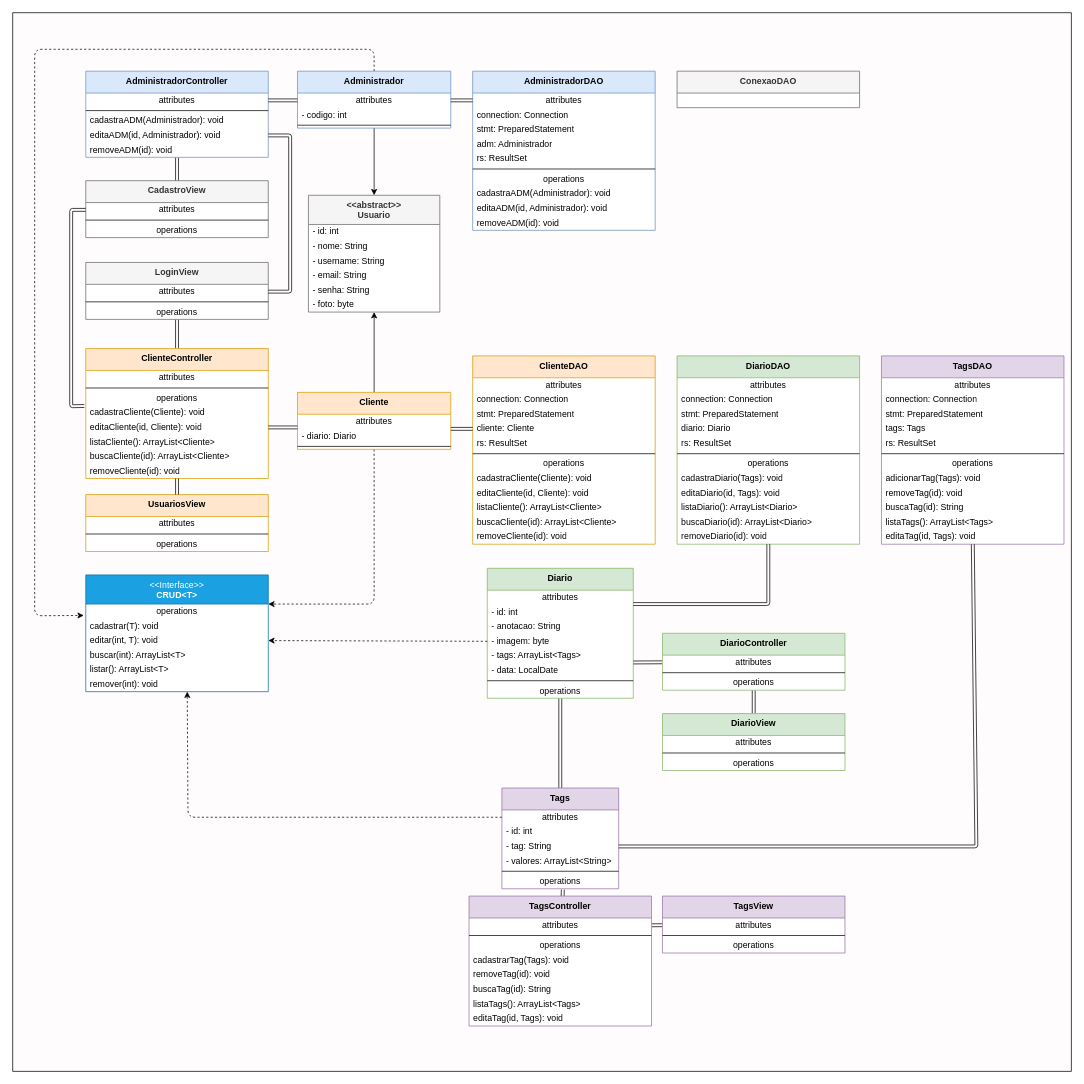
The draw.io diagram Documentação/diagramaUML.drawio in laisvarela/DiarioProjeto, before the edit. Source tidied: cells renumbered, new cells numbered last; positions are measured from the earlier drawing's top-left corner, leaving out a move shared by most shapes. Both pictures are drawn from the tidied source at 73%, with x=0, y=0 at pixel (12, 12).
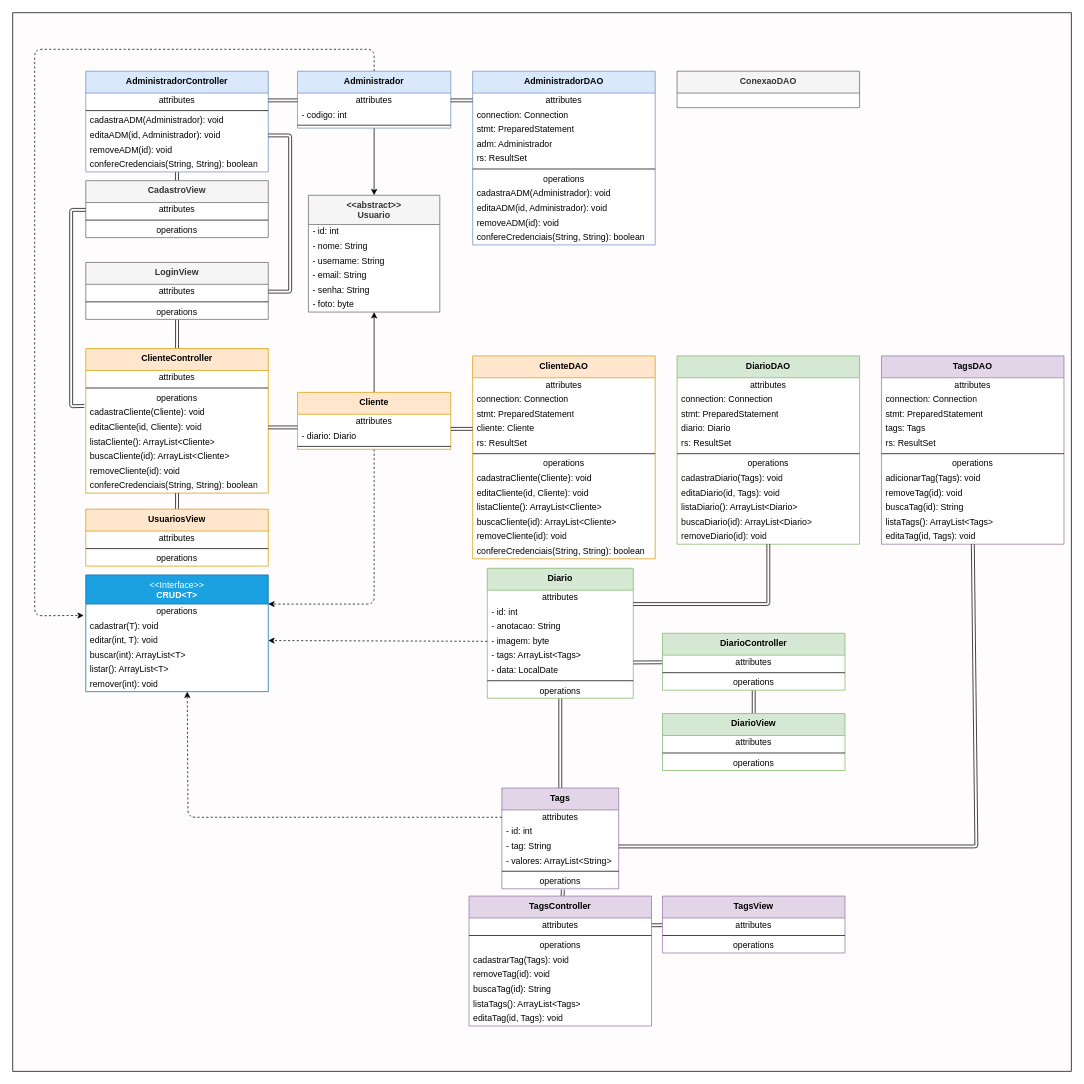
After the change.

Unchanged cells that the change refers to:
```xml
<mxCell id="25" value="removeCliente(id): void" style="text;html=1;strokeColor=none;fillColor=none;align=left;verticalAlign=middle;spacingLeft=4;spacingRight=4;overflow=hidden;points=[[0,0.5],[1,0.5]];portConstraint=eastwest;whiteSpace=wrap;" parent="17" vertex="1">
  <mxGeometry y="158" width="250" height="20" as="geometry" />
</mxCell>
```

Diff of the diagram source:
```diff
@@
     <mxCell id="17" value="&lt;div&gt;&lt;b style=&quot;background-color: transparent;&quot;&gt;ClienteController&lt;/b&gt;&lt;/div&gt;" style="swimlane;fontStyle=0;align=center;verticalAlign=top;horizontal=1;startSize=30;html=1;whiteSpace=wrap;fillColor=#ffe6cc;strokeColor=#d79b00;swimlaneFillColor=default;" parent="1" vertex="1">
-      <mxGeometry x="100" y="460" width="250" height="178" as="geometry" />
+      <mxGeometry x="100" y="460" width="250" height="198" as="geometry" />
     </mxCell>
@@
+    <mxCell id="162" value="confereCredenciais(String, String): boolean" style="text;html=1;strokeColor=none;fillColor=none;align=left;verticalAlign=middle;spacingLeft=4;spacingRight=4;overflow=hidden;points=[[0,0.5],[1,0.5]];portConstraint=eastwest;whiteSpace=wrap;" parent="17" vertex="1">
+      <mxGeometry y="178" width="250" height="20" as="geometry" />
+    </mxCell>
     <mxCell id="26" value="&lt;div&gt;&lt;b style=&quot;background-color: transparent;&quot;&gt;ClienteDAO&lt;/b&gt;&lt;/div&gt;&lt;div&gt;&lt;b style=&quot;background-color: transparent;&quot;&gt;&lt;br&gt;&lt;/b&gt;&lt;/div&gt;" style="swimlane;fontStyle=0;align=center;verticalAlign=top;horizontal=1;startSize=30;html=1;whiteSpace=wrap;fillColor=#ffe6cc;strokeColor=#d79b00;swimlaneFillColor=default;" parent="1" vertex="1">
-      <mxGeometry x="630" y="470" width="250" height="258" as="geometry" />
+      <mxGeometry x="630" y="470" width="250" height="278" as="geometry" />
     </mxCell>
@@
+    <mxCell id="163" value="confereCredenciais(String, String): boolean" style="text;html=1;strokeColor=none;fillColor=none;align=left;verticalAlign=middle;spacingLeft=4;spacingRight=4;overflow=hidden;whiteSpace=wrap;" parent="26" vertex="1">
+      <mxGeometry y="258" width="250" height="20" as="geometry" />
+    </mxCell>
@@
+    <mxCell id="164" style="edgeStyle=none;html=1;shape=link;" parent="1" edge="1" source="75" target="162">
+      <mxGeometry relative="1" as="geometry" />
+    </mxCell>
     <mxCell id="75" value="&lt;div&gt;&lt;b style=&quot;background-color: transparent;&quot;&gt;UsuariosView&lt;/b&gt;&lt;/div&gt;&lt;div&gt;&lt;b style=&quot;background-color: transparent;&quot;&gt;&lt;br&gt;&lt;/b&gt;&lt;/div&gt;" style="swimlane;fontStyle=0;align=center;verticalAlign=top;horizontal=1;startSize=30;html=1;whiteSpace=wrap;fillColor=#ffe6cc;strokeColor=#d79b00;swimlaneFillColor=default;" parent="1" vertex="1">
-      <mxGeometry x="100" y="660" width="250" height="78" as="geometry" />
+      <mxGeometry x="100" y="680" width="250" height="78" as="geometry" />
     </mxCell>
@@
     <mxCell id="97" value="&lt;div&gt;&lt;b style=&quot;background-color: transparent;&quot;&gt;AdministradorController&lt;/b&gt;&lt;/div&gt;" style="swimlane;fontStyle=0;align=center;verticalAlign=top;horizontal=1;startSize=30;html=1;whiteSpace=wrap;fillColor=#dae8fc;strokeColor=#6c8ebf;gradientColor=none;swimlaneFillColor=default;" parent="1" vertex="1">
-      <mxGeometry x="100" y="80" width="250" height="118" as="geometry" />
+      <mxGeometry x="100" y="80" width="250" height="138" as="geometry" />
     </mxCell>
@@
+    <mxCell id="165" value="confereCredenciais(String, String): boolean" style="text;html=1;strokeColor=none;fillColor=none;align=left;verticalAlign=middle;spacingLeft=4;spacingRight=4;overflow=hidden;whiteSpace=wrap;" parent="97" vertex="1">
+      <mxGeometry y="118" width="250" height="20" as="geometry" />
+    </mxCell>
     <mxCell id="103" value="&lt;div&gt;&lt;b style=&quot;background-color: transparent;&quot;&gt;AdministradorDAO&lt;/b&gt;&lt;/div&gt;&lt;div&gt;&lt;b style=&quot;background-color: transparent;&quot;&gt;&lt;br&gt;&lt;/b&gt;&lt;/div&gt;" style="swimlane;fontStyle=0;align=center;verticalAlign=top;horizontal=1;startSize=30;html=1;whiteSpace=wrap;fillColor=#dae8fc;strokeColor=#6c8ebf;swimlaneFillColor=default;" parent="1" vertex="1">
-      <mxGeometry x="630" y="80" width="250" height="218" as="geometry" />
+      <mxGeometry x="630" y="80" width="250" height="238" as="geometry" />
     </mxCell>
@@
+    <mxCell id="166" value="confereCredenciais(String, String): boolean" style="text;html=1;strokeColor=none;fillColor=none;align=left;verticalAlign=middle;spacingLeft=4;spacingRight=4;overflow=hidden;whiteSpace=wrap;" parent="103" vertex="1">
+      <mxGeometry y="218" width="250" height="20" as="geometry" />
+    </mxCell>
@@
-    <mxCell id="136" style="edgeStyle=none;html=1;shape=link;" parent="1" edge="1" target="25">
-      <mxGeometry relative="1" as="geometry">
-        <mxPoint x="225" y="660" as="sourcePoint" />
-      </mxGeometry>
-    </mxCell>
```
